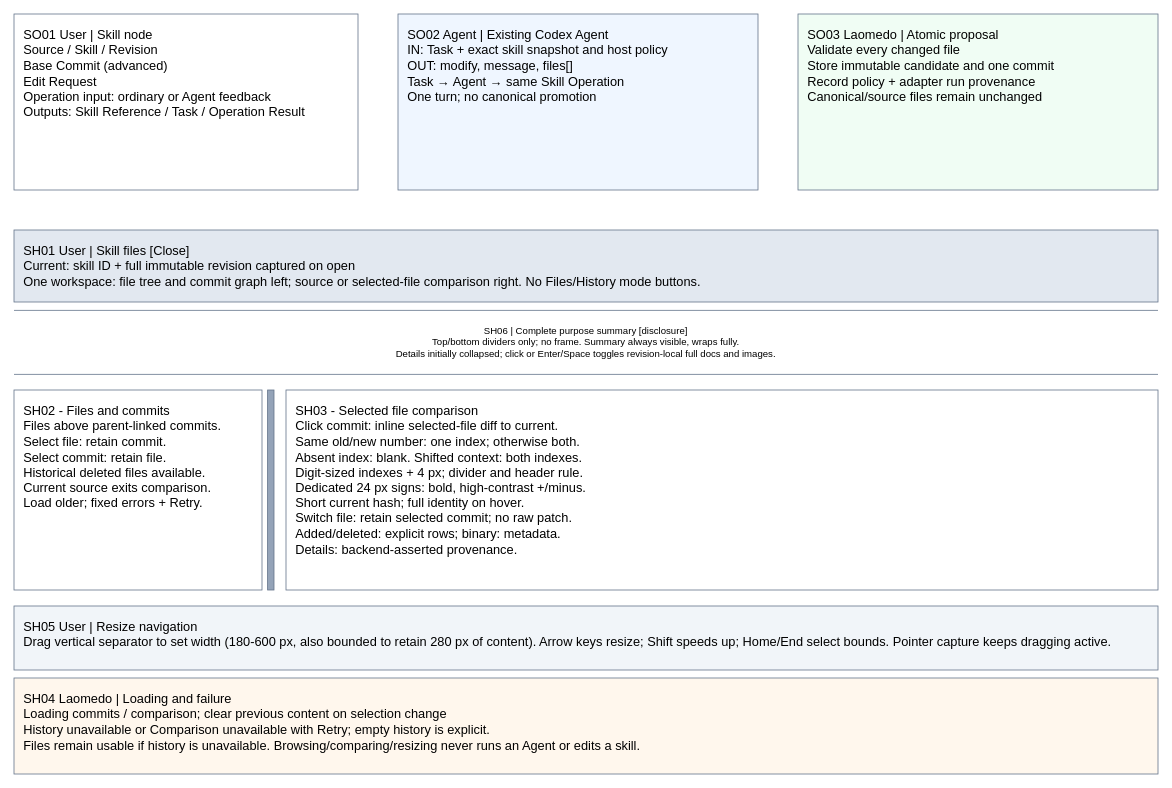
Before: page "Skill operations and history" (2 of 3) of projects/laomedo/subsystems/skill-registry/design/skill-files.drawio in amadou-6e/specs, a draw.io diagram. Source tidied: cells renumbered, new cells numbered last; positions are measured from the earlier drawing's top-left corner, leaving out a move shared by most shapes. Both pictures are drawn from the tidied source at 80%, with x=0, y=0 at pixel (14, 14).
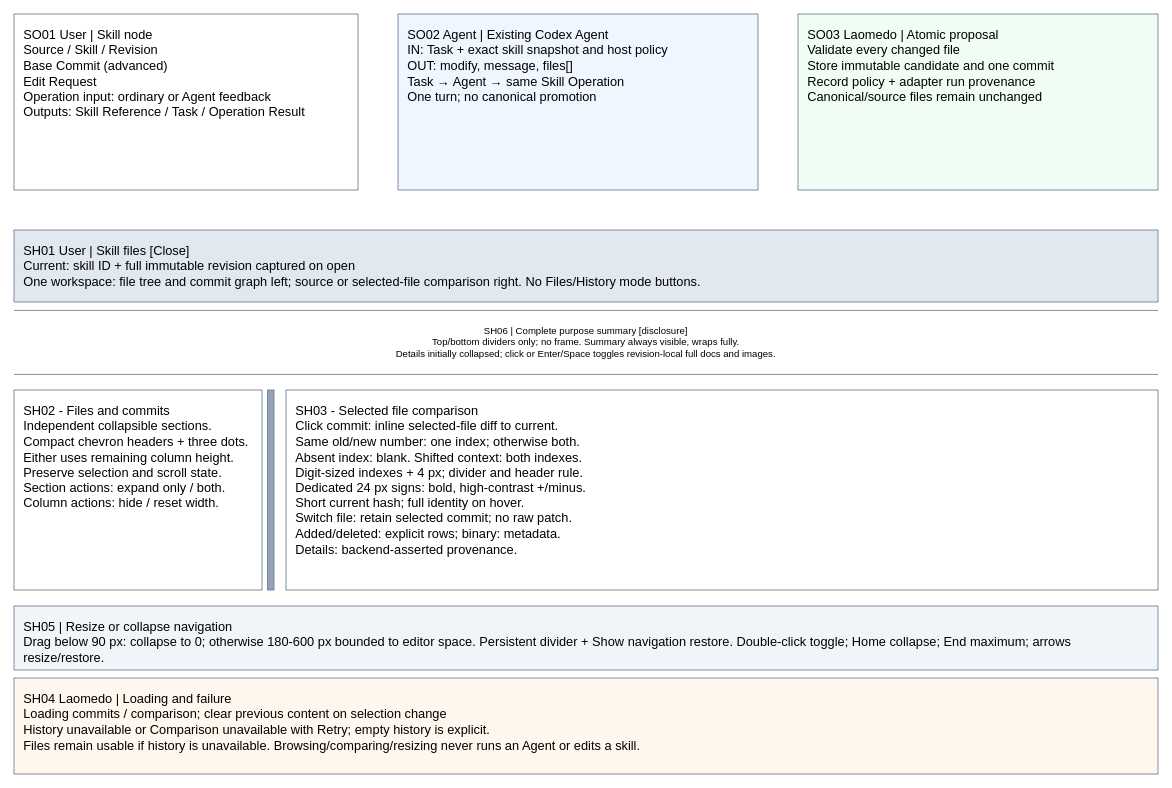
The same page after the edit.

Commit message (it also covers changes not shown here):
Specify collapsible skill navigation and automatic authoring summaries

Change to the diagram source:
```diff
@@
 <mxGraphModel>
   <root>
     <mxCell id="0" />
     <mxCell id="1" parent="0" />
     <mxCell id="2" value="SO01 User | Skill node&#10;Source / Skill / Revision&#10;Base Commit (advanced)&#10;Edit Request&#10;Operation input: ordinary or Agent feedback&#10;Outputs: Skill Reference / Task / Operation Result" style="rounded=0;whiteSpace=wrap;html=0;align=left;verticalAlign=top;spacing=12;fontFamily=Arial;fontSize=16;fillColor=#ffffff;strokeColor=#64748b;" parent="1" vertex="1">
       <mxGeometry width="430" height="220" as="geometry" />
     </mxCell>
     <mxCell id="3" value="SO02 Agent | Existing Codex Agent&#10;IN: Task + exact skill snapshot and host policy&#10;OUT: modify, message, files[]&#10;Task → Agent → same Skill Operation&#10;One turn; no canonical promotion" style="rounded=0;whiteSpace=wrap;html=0;align=left;verticalAlign=top;spacing=12;fontFamily=Arial;fontSize=16;fillColor=#eff6ff;strokeColor=#64748b;" parent="1" vertex="1">
       <mxGeometry x="480" width="450" height="220" as="geometry" />
     </mxCell>
     <mxCell id="4" value="SO03 Laomedo | Atomic proposal&#10;Validate every changed file&#10;Store immutable candidate and one commit&#10;Record policy + adapter run provenance&#10;Canonical/source files remain unchanged" style="rounded=0;whiteSpace=wrap;html=0;align=left;verticalAlign=top;spacing=12;fontFamily=Arial;fontSize=16;fillColor=#f0fdf4;strokeColor=#64748b;" parent="1" vertex="1">
       <mxGeometry x="980" width="450" height="220" as="geometry" />
     </mxCell>
     <mxCell id="5" value="SH01 User | Skill files                                      [Close]&#10;Current: skill ID + full immutable revision captured on open&#10;One workspace: file tree and commit graph left; source or selected-file comparison right. No Files/History mode buttons." style="rounded=0;whiteSpace=wrap;html=0;align=left;verticalAlign=top;spacing=12;fontFamily=Arial;fontSize=16;fillColor=#e2e8f0;strokeColor=#64748b;" parent="1" vertex="1">
       <mxGeometry y="270" width="1430" height="90" as="geometry" />
     </mxCell>
-    <mxCell id="6" value="SH02 - Files and commits&#10;Files above parent-linked commits.&#10;Select file: retain commit.&#10;Select commit: retain file.&#10;Historical deleted files available.&#10;Current source exits comparison.&#10;Load older; fixed errors + Retry." style="rounded=0;whiteSpace=wrap;html=0;align=left;verticalAlign=top;spacing=12;fontFamily=Arial;fontSize=16;fillColor=#ffffff;strokeColor=#64748b;" parent="1" vertex="1">
+    <mxCell id="6" value="SH02 - Files and commits&#10;Independent collapsible sections.&#10;Compact chevron headers + three dots.&#10;Either uses remaining column height.&#10;Preserve selection and scroll state.&#10;Section actions: expand only / both.&#10;Column actions: hide / reset width." style="rounded=0;whiteSpace=wrap;html=0;align=left;verticalAlign=top;spacing=12;fontFamily=Arial;fontSize=16;fillColor=#ffffff;strokeColor=#64748b;" parent="1" vertex="1">
       <mxGeometry y="470" width="310" height="250" as="geometry" />
     </mxCell>
     <mxCell id="7" value="SH03 - Selected file comparison&#10;Click commit: inline selected-file diff to current.&#10;Same old/new number: one index; otherwise both.&#10;Absent index: blank. Shifted context: both indexes.&#10;Digit-sized indexes + 4 px; divider and header rule.&#10;Dedicated 24 px signs: bold, high-contrast +/minus.&#10;Short current hash; full identity on hover.&#10;Switch file: retain selected commit; no raw patch.&#10;Added/deleted: explicit rows; binary: metadata.&#10;Details: backend-asserted provenance." style="rounded=0;whiteSpace=wrap;html=0;align=left;verticalAlign=top;spacing=12;fontFamily=Arial;fontSize=16;fillColor=#ffffff;strokeColor=#64748b;" parent="1" vertex="1">
       <mxGeometry x="340" y="470" width="1090" height="250" as="geometry" />
     </mxCell>
     <mxCell id="8" value="SH04 Laomedo | Loading and failure&#10;Loading commits / comparison; clear previous content on selection change&#10;History unavailable or Comparison unavailable with Retry; empty history is explicit.&#10;Files remain usable if history is unavailable. Browsing/comparing/resizing never runs an Agent or edits a skill." style="rounded=0;whiteSpace=wrap;html=0;align=left;verticalAlign=top;spacing=12;fontFamily=Arial;fontSize=16;fillColor=#fff7ed;strokeColor=#64748b;" parent="1" vertex="1">
       <mxGeometry y="830" width="1430" height="120" as="geometry" />
     </mxCell>
     <mxCell id="9" style="rounded=0;whiteSpace=wrap;html=0;align=left;verticalAlign=top;spacing=12;fontFamily=Arial;fontSize=16;fillColor=#94a3b8;strokeColor=#64748b;" parent="1" vertex="1">
       <mxGeometry x="317" y="470" width="8" height="250" as="geometry" />
     </mxCell>
-    <mxCell id="10" value="SH05 User | Resize navigation&#10;Drag vertical separator to set width (180-600 px, also bounded to retain 280 px of content). Arrow keys resize; Shift speeds up; Home/End select bounds. Pointer capture keeps dragging active." style="rounded=0;whiteSpace=wrap;html=0;align=left;verticalAlign=top;spacing=12;fontFamily=Arial;fontSize=16;fillColor=#f1f5f9;strokeColor=#64748b;" parent="1" vertex="1">
+    <mxCell id="10" value="SH05 | Resize or collapse navigation&#10;Drag below 90 px: collapse to 0; otherwise 180-600 px bounded to editor space. Persistent divider + Show navigation restore. Double-click toggle; Home collapse; End maximum; arrows resize/restore." style="rounded=0;whiteSpace=wrap;html=0;align=left;verticalAlign=top;spacing=12;fontFamily=Arial;fontSize=16;fillColor=#f1f5f9;strokeColor=#64748b;" parent="1" vertex="1">
       <mxGeometry y="740" width="1430" height="80" as="geometry" />
     </mxCell>
     <mxCell id="11" value="SH06 | Complete purpose summary [disclosure]&#10;Top/bottom dividers only; no frame. Summary always visible, wraps fully.&#10;Details initially collapsed; click or Enter/Space toggles revision-local full docs and images." style="rounded=0;whiteSpace=wrap;html=0;fillColor=none;strokeColor=none;" parent="1" vertex="1">
       <mxGeometry y="370" width="1430" height="80" as="geometry" />
     </mxCell>
     <mxCell id="12" style="shape=line;strokeColor=#64748b;" parent="1" vertex="1">
       <mxGeometry y="370" width="1430" height="1" as="geometry" />
     </mxCell>
     <mxCell id="13" style="shape=line;strokeColor=#64748b;" parent="1" vertex="1">
       <mxGeometry y="450" width="1430" height="1" as="geometry" />
     </mxCell>
   </root>
 </mxGraphModel>
```
